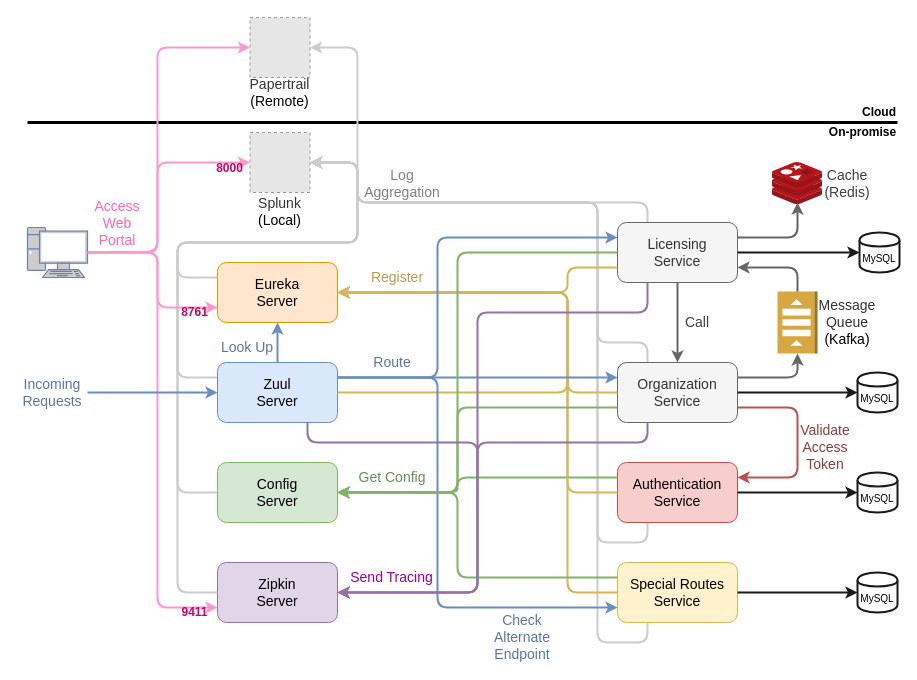
The draw.io diagram readme/drawio/whole_structure.drawio in wuyichen24/spring-microservices-in-action, before the edit. Source tidied: cells renumbered, new cells numbered last; positions are measured from the earlier drawing's top-left corner, leaving out a move shared by most shapes. Both pictures are drawn from the tidied source at 100%, with x=0, y=0 at pixel (17, 17). Pictures stored in the file or linked from it are replaced by grey dashed boxes.
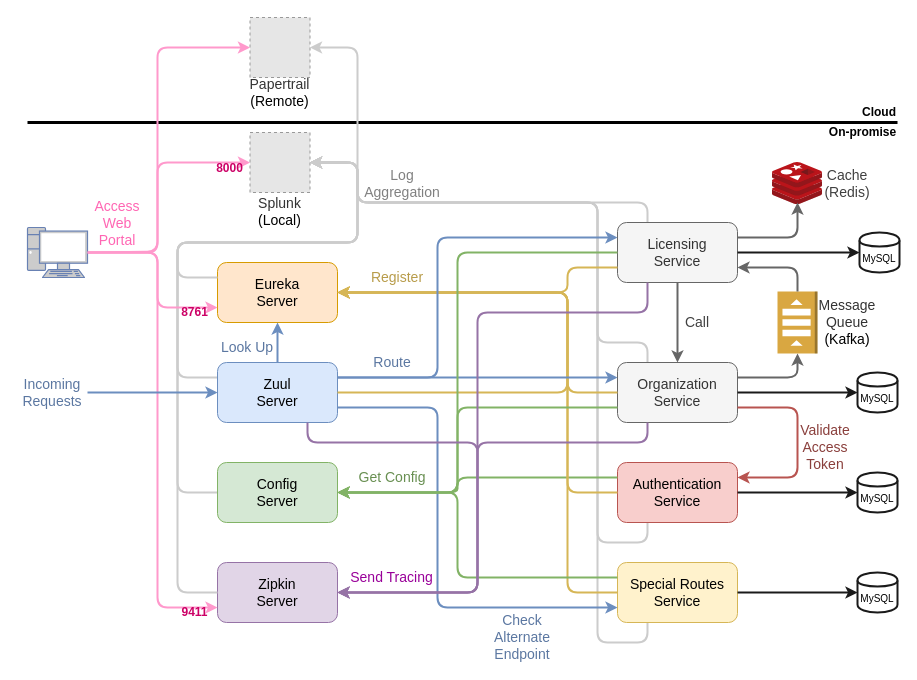
After the change.

Commit message (it also covers changes not shown here):
update whole diagram

Unchanged cells that the change refers to:
```xml
<mxCell id="10" value="&lt;span style=&quot;font-size: 14px&quot;&gt;Zuul&lt;br&gt;Server&lt;br&gt;&lt;/span&gt;" style="rounded=1;whiteSpace=wrap;html=1;fillColor=#dae8fc;strokeColor=#6c8ebf;" parent="1" vertex="1">
  <mxGeometry x="200" y="345" width="120" height="60" as="geometry" />
</mxCell>
<mxCell id="16" value="&lt;span style=&quot;font-size: 14px&quot;&gt;Special Routes&lt;br&gt;Service&lt;br&gt;&lt;/span&gt;" style="rounded=1;whiteSpace=wrap;html=1;fillColor=#fff2cc;strokeColor=#d6b656;" parent="1" vertex="1">
  <mxGeometry x="600" y="545" width="120" height="60" as="geometry" />
</mxCell>
```

Diff of the diagram source:
```diff
@@
-    <mxCell id="26" style="endArrow=classic;html=1;entryX=0;entryY=0.75;entryDx=0;entryDy=0;fillColor=#dae8fc;strokeColor=#6c8ebf;strokeWidth=2;exitX=1;exitY=0.25;exitDx=0;exitDy=0;" parent="1" edge="1" source="10" target="16">
+    <mxCell id="26" style="endArrow=classic;html=1;entryX=0;entryY=0.75;entryDx=0;entryDy=0;fillColor=#dae8fc;strokeColor=#6c8ebf;strokeWidth=2;exitX=1;exitY=0.75;exitDx=0;exitDy=0;" parent="1" edge="1" source="10" target="16">
       <mxGeometry relative="1" as="geometry">
         <Array as="points">
-          <mxPoint x="420" y="360" />
+          <mxPoint x="420" y="390" />
           <mxPoint x="420" y="590" />
         </Array>
       </mxGeometry>
     </mxCell>
```
